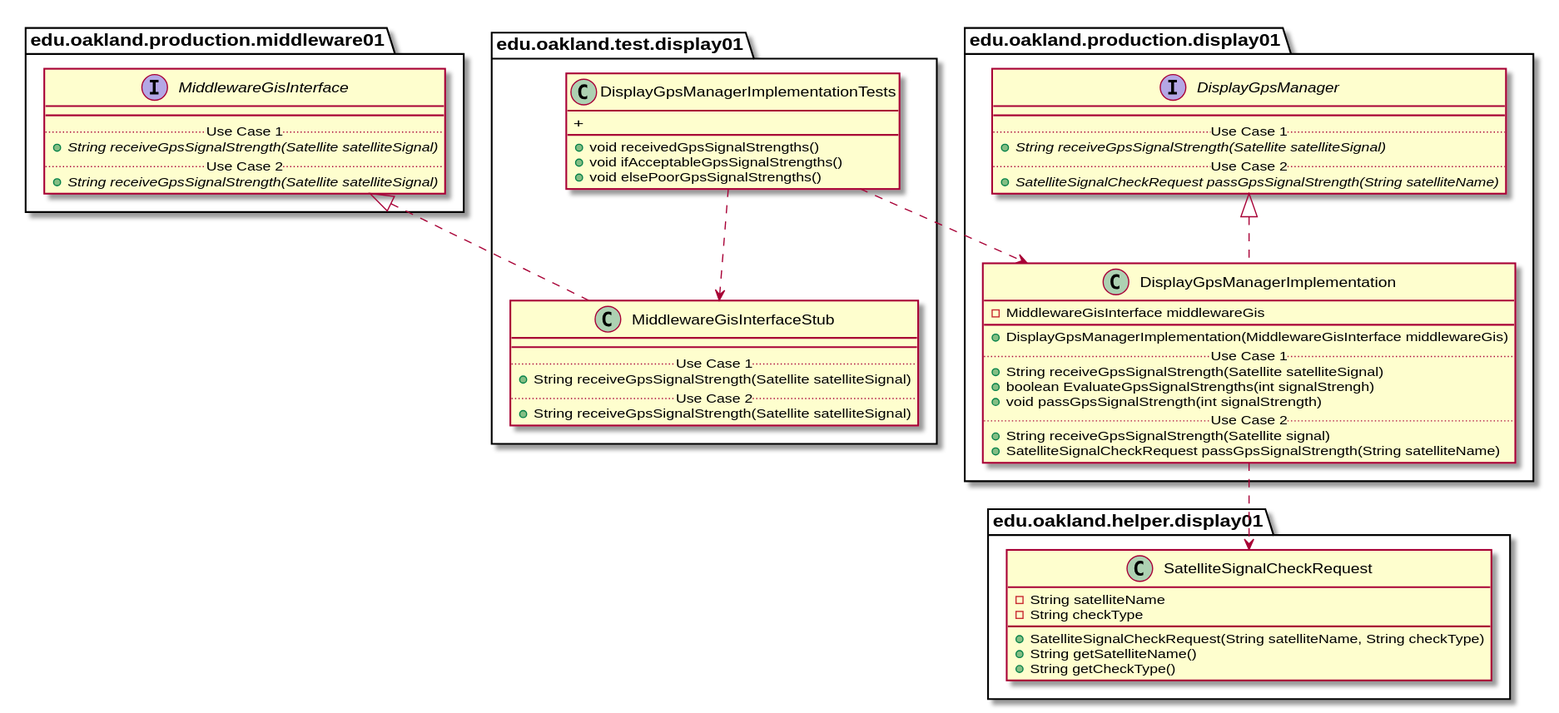
This is docs/uml-class-diagrams/display01/test/DisplayGpsManagerImplementationTests/DisplayGpsManagerImplementationTests_Closure.svg from andrewdimmer/csi-3370-software-project, a PlantUML export, as it was before one commit.
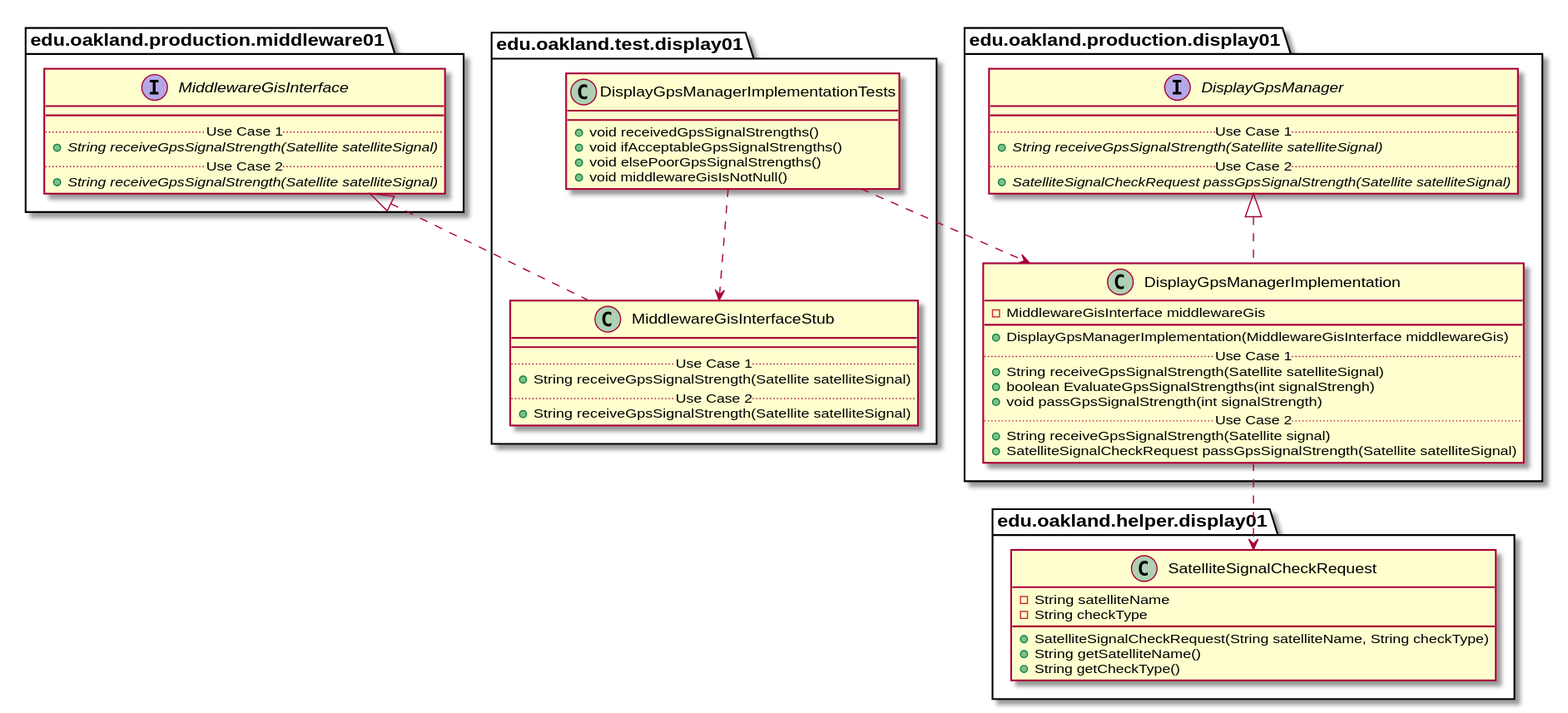
After the change.

The edit, as a diff of the source:
```diff
@@ -6,7 +6,7 @@
         + void receivedGpsSignalStrengths()
         + void ifAcceptableGpsSignalStrengths()
         + void elsePoorGpsSignalStrengths()
-        +
+        + void middlewareGisIsNotNull()
     }
 }
 
@@ -60,7 +60,7 @@
     + void passGpsSignalStrength(int signalStrength)
     .. Use Case 2 ..
     + String receiveGpsSignalStrength(Satellite signal)
-    + SatelliteSignalCheckRequest passGpsSignalStrength(String satelliteName)
+    + SatelliteSignalCheckRequest passGpsSignalStrength(Satellite satelliteSignal)
     }
 }
 
@@ -73,7 +73,7 @@
         .. Use Case 1 ..
         {abstract} + String receiveGpsSignalStrength(Satellite satelliteSignal)
         .. Use Case 2 ..
-        {abstract} + SatelliteSignalCheckRequest passGpsSignalStrength(String satelliteName)
+        {abstract} + SatelliteSignalCheckRequest passGpsSignalStrength(Satellite satelliteSignal)
     }
 }
 
```
